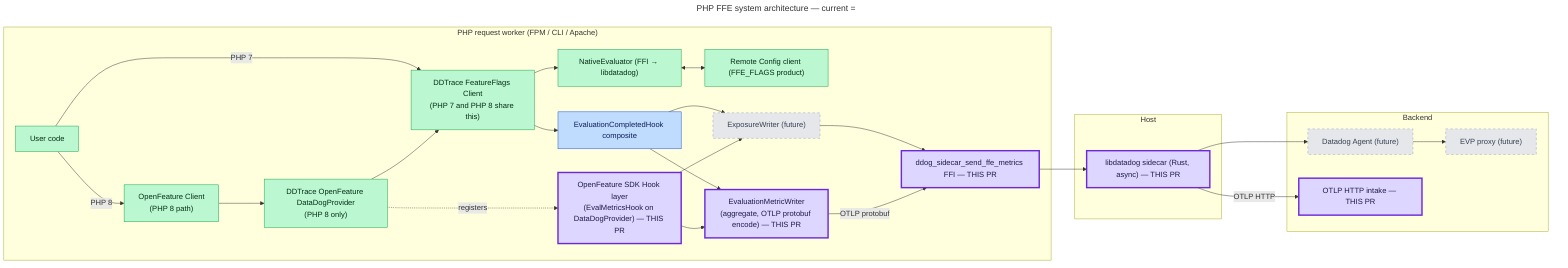
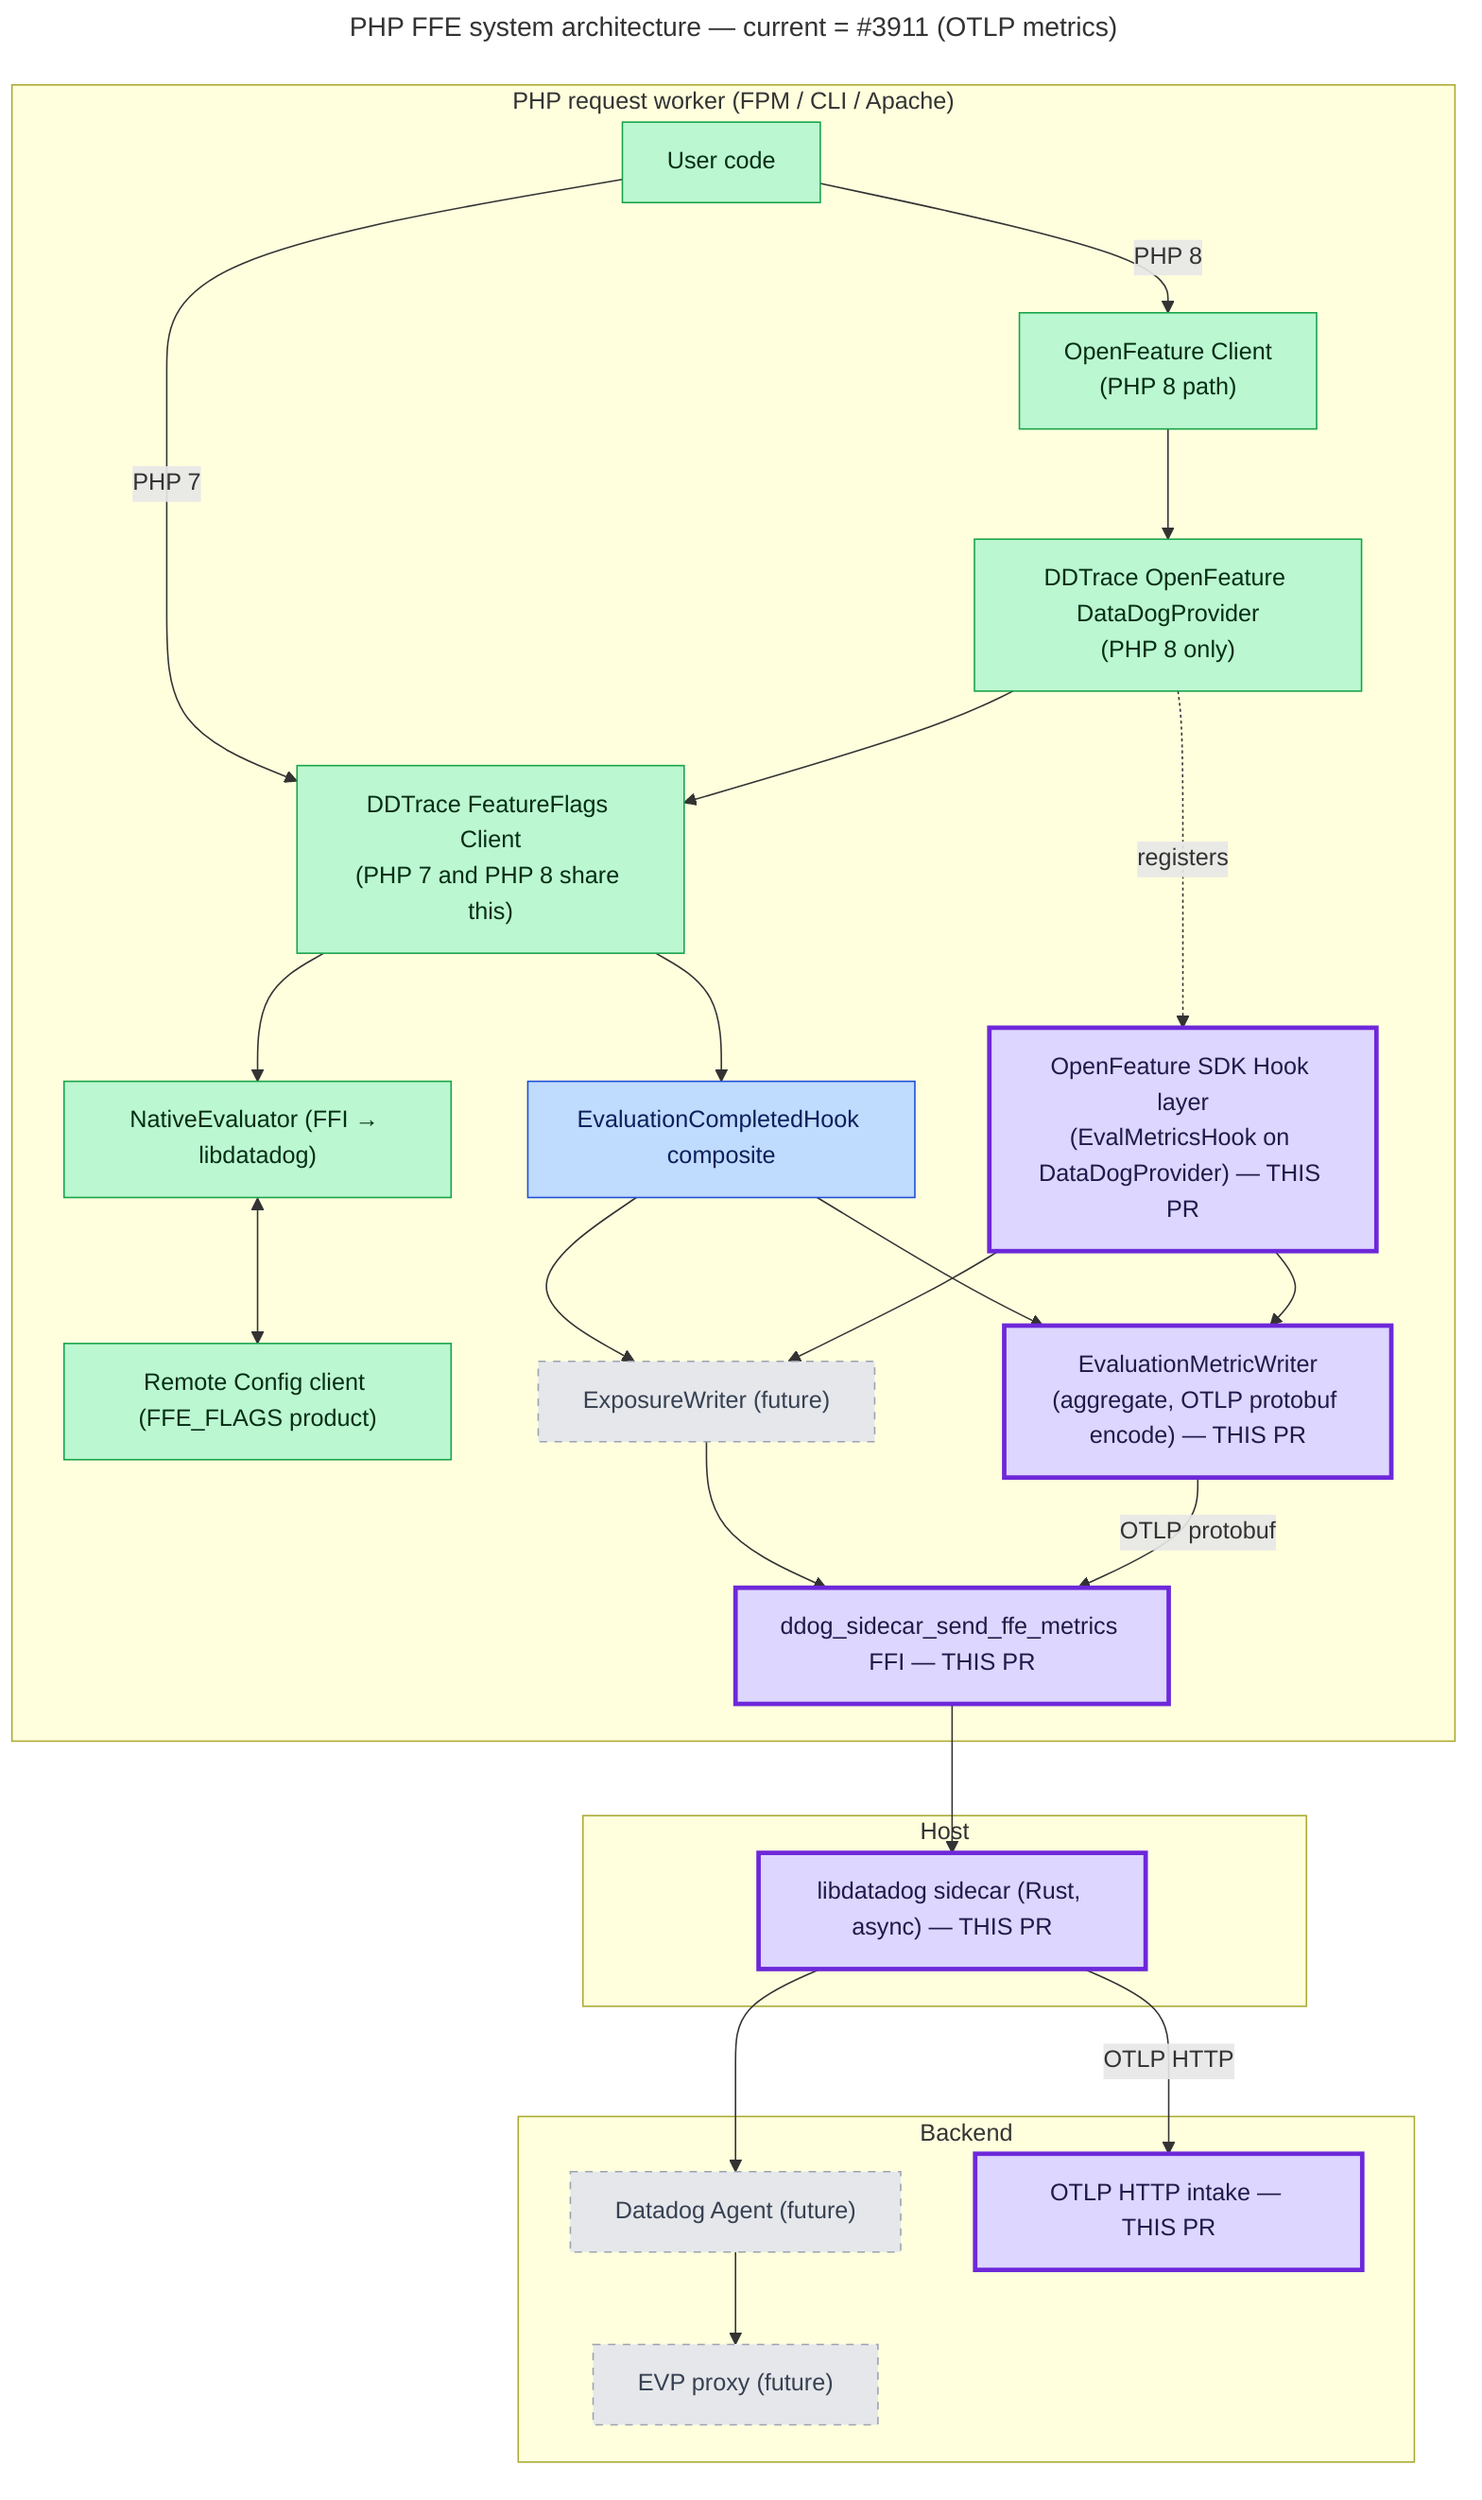
---
- title: PHP FFE system architecture — current = #3911 (OTLP metrics)
+ title: "PHP FFE system architecture — current = #3911 (OTLP metrics)"
---
- flowchart LR
+ flowchart TD
    subgraph PHPProc["PHP request worker (FPM / CLI / Apache)"]
        UserCode["User code"]
        OFClient["OpenFeature Client<br/>(PHP 8 path)"]
        DDClient["DDTrace FeatureFlags Client<br/>(PHP 7 and PHP 8 share this)"]
        DDProvider["DDTrace OpenFeature DataDogProvider<br/>(PHP 8 only)"]
        Evaluator["NativeEvaluator (FFI → libdatadog)"]
        RC["Remote Config client (FFE_FLAGS product)"]
        Hook["EvaluationCompletedHook composite"]
        OFHook["OpenFeature SDK Hook layer<br/>(EvalMetricsHook on DataDogProvider) — THIS PR"]
        ExposureWriter["ExposureWriter (future)"]
        MetricWriter["EvaluationMetricWriter<br/>(aggregate, OTLP protobuf encode) — THIS PR"]
        SidecarFFI["ddog_sidecar_send_ffe_metrics FFI — THIS PR"]
    end

    subgraph Host["Host"]
        Sidecar["libdatadog sidecar (Rust, async) — THIS PR"]
    end

    subgraph Backend["Backend"]
        Agent["Datadog Agent (future)"]
        EVP["EVP proxy (future)"]
        OTLP["OTLP HTTP intake — THIS PR"]
    end

    UserCode -- "PHP 7" --> DDClient
    UserCode -- "PHP 8" --> OFClient --> DDProvider --> DDClient
    DDClient --> Evaluator
    Evaluator <--> RC
    DDClient --> Hook
    Hook --> ExposureWriter
    Hook --> MetricWriter
    DDProvider -. registers .-> OFHook
    OFHook --> MetricWriter
    OFHook --> ExposureWriter
    ExposureWriter --> SidecarFFI
    MetricWriter -- "OTLP protobuf" --> SidecarFFI
    SidecarFFI --> Sidecar
    Sidecar --> Agent --> EVP
    Sidecar -- "OTLP HTTP" --> OTLP

    classDef pr1 fill:#bbf7d0,stroke:#16a34a,color:#052e16
    classDef pr2 fill:#bfdbfe,stroke:#1d4ed8,color:#0c1f5b
    classDef pr4 fill:#ddd6fe,stroke:#6d28d9,color:#1e1b4b,stroke-width:3px
    classDef future fill:#e5e7eb,stroke:#9ca3af,color:#374151,stroke-dasharray: 5 5

    class UserCode,OFClient,DDClient,DDProvider,Evaluator,RC pr1
    class Hook pr2
    class MetricWriter,OFHook,SidecarFFI,Sidecar,OTLP pr4
    class ExposureWriter,Agent,EVP future
